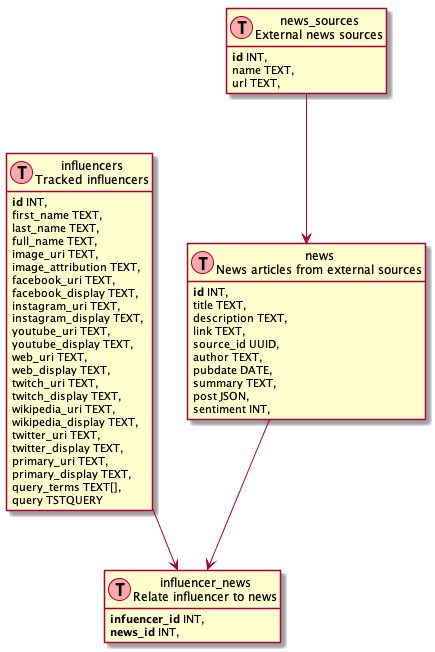
FoxShaunR/WhatInfluence keeps this PlantUML diagram as docs/data-model.png. Above is the earlier version.
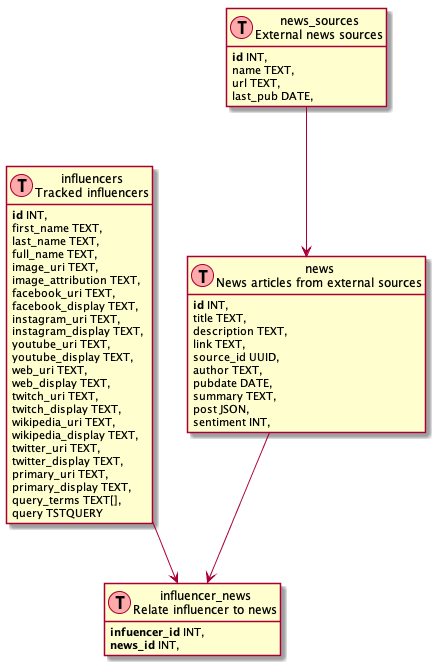
Above is the later version.

Diff of the diagram source:
```diff
@@ -19,6 +19,7 @@
   <b>id</b> INT,
   name TEXT,
   url TEXT,
+  last_pub DATE,
 }
 
 class influencers as "influencers\nTracked influencers" << (T,#FFAAAA) >> {
```
